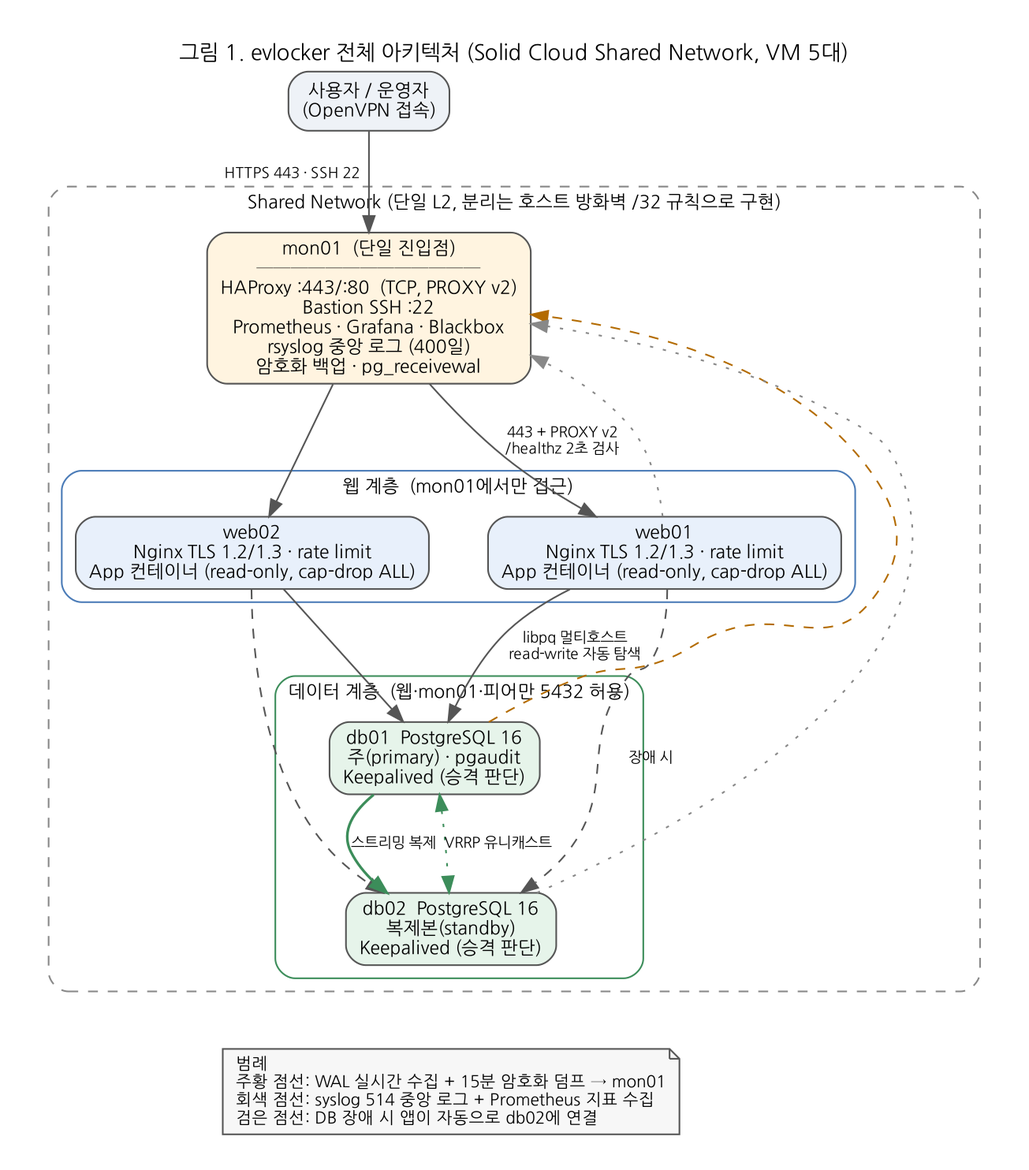
pieon29/evlocker keeps this Graphviz diagram as docs/img/architecture.png. Above is the earlier version. Its source is kept beside it as docs/diagrams/architecture.dot.
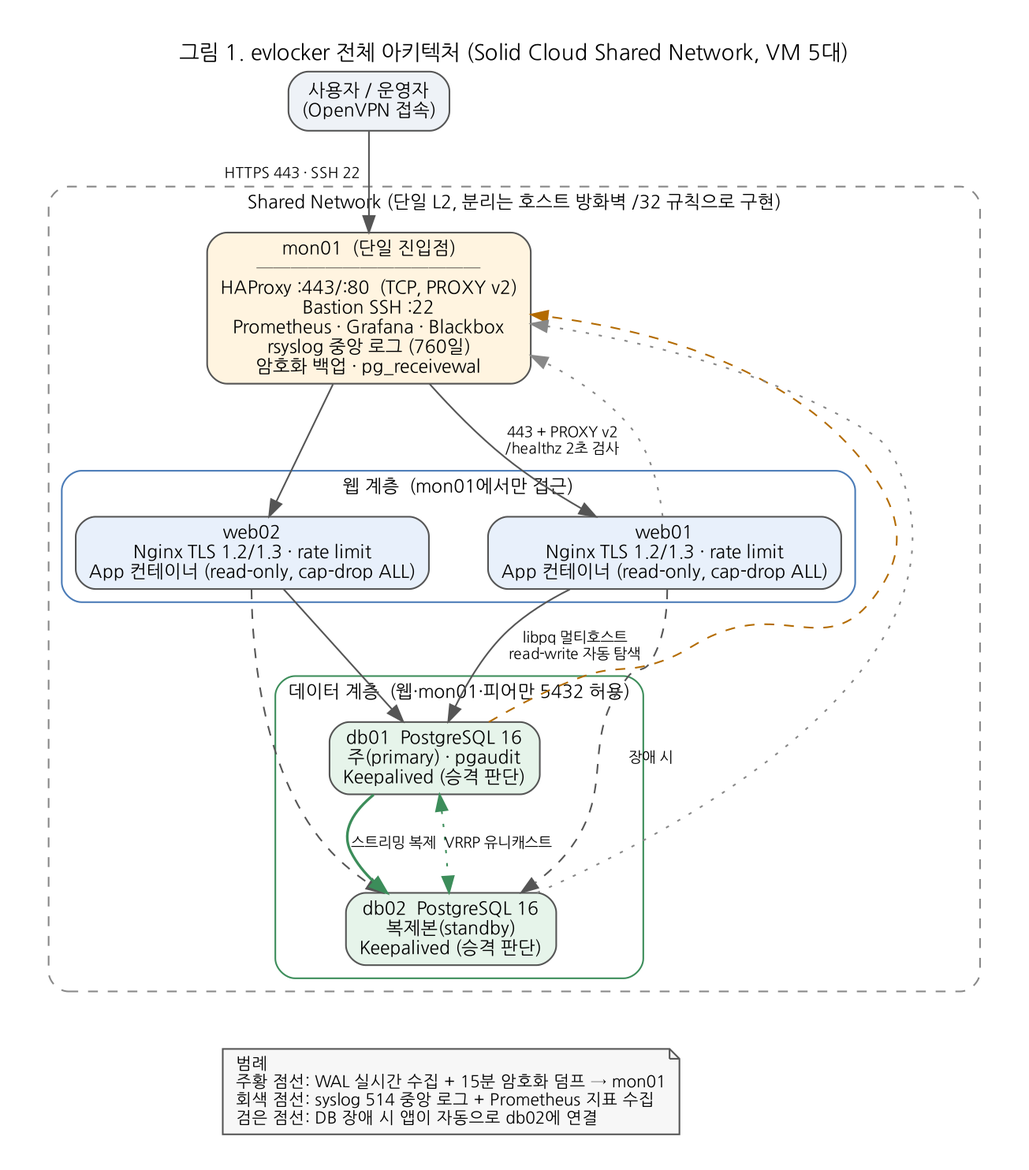
After the change.

What changed in the source:
```diff
@@ -8,7 +8,7 @@
   subgraph cluster_net {
     label="Shared Network (단일 L2, 분리는 호스트 방화벽 /32 규칙으로 구현)"; style="rounded,dashed"; color="#888888"; fontsize=11;
 
-    mon [label="mon01  (단일 진입점)\n─────────────\nHAProxy :443/:80  (TCP, PROXY v2)\nBastion SSH :22\nPrometheus · Grafana · Blackbox\nrsyslog 중앙 로그 (400일)\n암호화 백업 · pg_receivewal", fillcolor="#fff4e0"];
+    mon [label="mon01  (단일 진입점)\n─────────────\nHAProxy :443/:80  (TCP, PROXY v2)\nBastion SSH :22\nPrometheus · Grafana · Blackbox\nrsyslog 중앙 로그 (760일)\n암호화 백업 · pg_receivewal", fillcolor="#fff4e0"];
 
     subgraph cluster_web {
       label="웹 계층  (mon01에서만 접근)"; style="rounded"; color="#4a7bb7";
```
